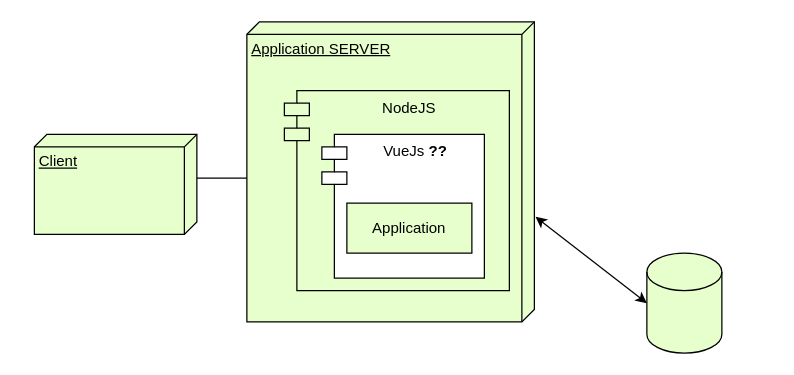
This is page "deployment" (5 of 5) of UML_diagrams.drawio from IlonaBaran/oracles, a draw.io file, before an edit. Source tidied: cells renumbered, new cells numbered last; positions are measured from the earlier drawing's top-left corner, leaving out a move shared by most shapes. Both pictures are drawn from the tidied source at 125%, with x=0, y=0 at pixel (34, 21).
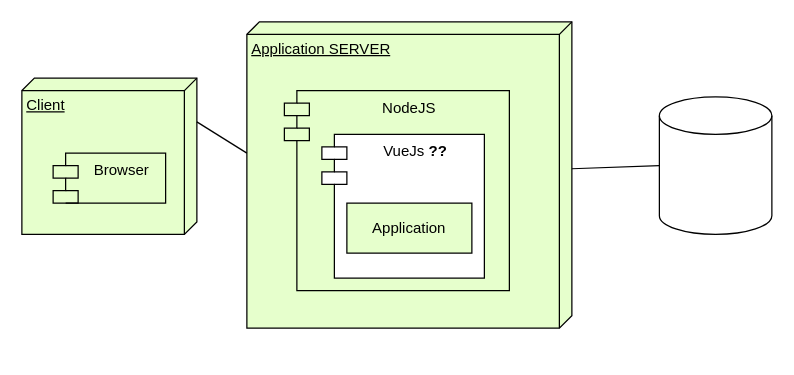
Above is the later version.

The edit, as a diff of the source:
```diff
@@
 <mxGraphModel>
   <root>
     <mxCell id="0" />
     <mxCell id="1" parent="0" />
     <mxCell id="2" value="Client" style="verticalAlign=top;align=left;spacingTop=8;spacingLeft=2;spacingRight=12;shape=cube;size=10;direction=south;fontStyle=4;html=1;whiteSpace=wrap;fillColor=#E6FFCC;" parent="1" vertex="1">
-      <mxGeometry y="90" width="130" height="80" as="geometry" />
+      <mxGeometry x="-10" y="45" width="140" height="125" as="geometry" />
     </mxCell>
     <mxCell id="3" value="Application SERVER" style="verticalAlign=top;align=left;spacingTop=8;spacingLeft=2;spacingRight=12;shape=cube;size=10;direction=south;fontStyle=4;html=1;whiteSpace=wrap;fillColor=#E6FFCC;" parent="1" vertex="1">
-      <mxGeometry x="170" width="230" height="240" as="geometry" />
+      <mxGeometry x="170" width="260" height="245" as="geometry" />
     </mxCell>
     <mxCell id="4" value="NodeJS" style="shape=module;align=left;spacingLeft=20;align=center;verticalAlign=top;whiteSpace=wrap;html=1;fillColor=#E6FFCC;" parent="1" vertex="1">
       <mxGeometry x="200" y="55" width="180" height="160" as="geometry" />
     </mxCell>
-    <mxCell id="5" style="shape=cylinder3;whiteSpace=wrap;html=1;boundedLbl=1;backgroundOutline=1;size=15;fillColor=#E6FFCC;" parent="1" vertex="1">
-      <mxGeometry x="490" y="185" width="60" height="80" as="geometry" />
-    </mxCell>
     <mxCell id="6" value="&lt;div&gt;VueJs &lt;b&gt;??&lt;/b&gt;&lt;/div&gt;&lt;div&gt;&lt;br&gt;&lt;/div&gt;" style="shape=module;align=left;spacingLeft=20;align=center;verticalAlign=top;whiteSpace=wrap;html=1;" parent="1" vertex="1">
       <mxGeometry x="230" y="90" width="130" height="115" as="geometry" />
     </mxCell>
     <mxCell id="7" value="Application " style="rounded=0;whiteSpace=wrap;html=1;fillColor=#E6FFCC;" parent="1" vertex="1">
       <mxGeometry x="250" y="145" width="100" height="40" as="geometry" />
     </mxCell>
-    <mxCell id="8" style="endArrow=none;html=1;rounded=0;entryX=0;entryY=0;entryDx=35;entryDy=0;entryPerimeter=0;exitX=0;exitY=0;exitDx=125;exitDy=230;exitPerimeter=0;" parent="1" edge="1" source="3" target="2">
-      <mxGeometry relative="1" as="geometry" />
+    <mxCell id="8" style="endArrow=none;html=1;rounded=0;entryX=0;entryY=0;entryDx=35;entryDy=0;entryPerimeter=0;" parent="1" edge="1" target="2">
+      <mxGeometry relative="1" as="geometry">
+        <mxPoint x="170" y="105" as="sourcePoint" />
+      </mxGeometry>
     </mxCell>
-    <mxCell id="9" style="endArrow=classic;startArrow=classic;html=1;rounded=0;entryX=0.65;entryY=-0.004;entryDx=0;entryDy=0;entryPerimeter=0;exitX=0;exitY=0.5;exitDx=0;exitDy=0;exitPerimeter=0;" parent="1" edge="1" source="5" target="3">
-      <mxGeometry relative="1" as="geometry" />
-    </mxCell>
+    <mxCell id="10" value="Browser" style="shape=module;align=left;spacingLeft=20;align=center;verticalAlign=top;whiteSpace=wrap;html=1;fillColor=#E6FFCC;" parent="1" vertex="1">
+      <mxGeometry x="15" y="105" width="90" height="40" as="geometry" />
+    </mxCell>
+    <mxCell id="11" style="shape=cylinder3;whiteSpace=wrap;html=1;boundedLbl=1;backgroundOutline=1;size=15;" parent="1" vertex="1">
+      <mxGeometry x="500" y="60" width="90" height="110" as="geometry" />
+    </mxCell>
+    <mxCell id="12" style="endArrow=none;html=1;rounded=0;entryX=0;entryY=0;entryDx=117.5;entryDy=0;entryPerimeter=0;exitX=0;exitY=0.5;exitDx=0;exitDy=0;exitPerimeter=0;" parent="1" edge="1" source="11" target="3">
+      <mxGeometry relative="1" as="geometry" />
+    </mxCell>
   </root>
 </mxGraphModel>
```
